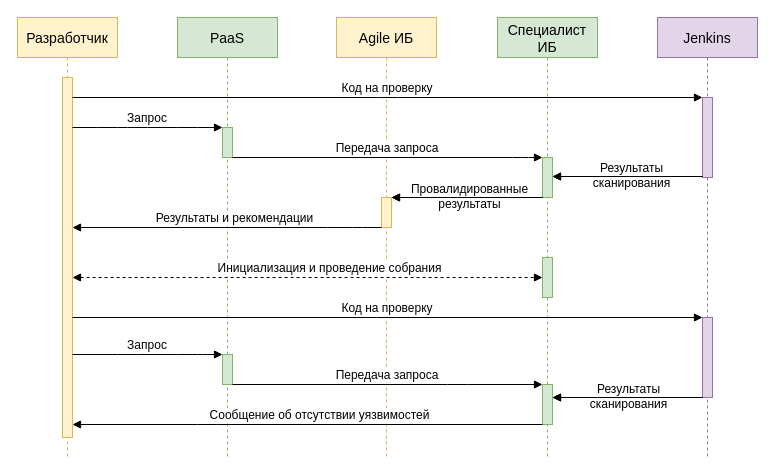
Earlier version of the draw.io diagram page "Проверка и отчет" (2 of 4) of Untitled Diagram.drawio (GoluzinaD/Python). Source tidied: cells renumbered, new cells numbered last; positions are measured from the earlier drawing's top-left corner, leaving out a move shared by most shapes. Both pictures are drawn from the tidied source at 100%, with x=0, y=0 at pixel (17, 17).
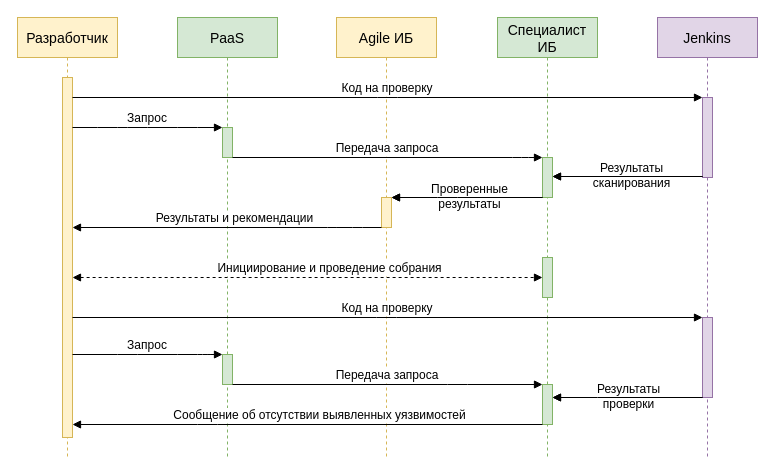
The same diagram, later.

The change refers to these unchanged cells:
```xml
<mxCell id="10" style="endArrow=block;html=1;fontSize=12;endFill=1;" parent="7" edge="1">
  <mxGeometry relative="1" as="geometry">
    <mxPoint x="45" y="380" as="sourcePoint" />
    <mxPoint x="-105" y="380" as="targetPoint" />
  </mxGeometry>
</mxCell>
<mxCell id="26" style="endArrow=block;html=1;endFill=1;" parent="1" edge="1" source="14">
  <mxGeometry relative="1" as="geometry">
    <mxPoint x="374" y="180" as="targetPoint" />
    <Array as="points">
      <mxPoint x="504" y="180" />
      <mxPoint x="479" y="180" />
    </Array>
  </mxGeometry>
</mxCell>
<mxCell id="31" style="endArrow=block;html=1;labelBackgroundColor=default;fontSize=12;dashed=1;startArrow=block;startFill=1;endFill=1;" parent="1" edge="1" source="3" target="15">
  <mxGeometry relative="1" as="geometry">
    <Array as="points">
      <mxPoint x="310" y="260" />
    </Array>
  </mxGeometry>
</mxCell>
<mxCell id="36" style="endArrow=block;html=1;labelBackgroundColor=default;fontSize=12;endFill=1;" parent="1" edge="1">
  <mxGeometry relative="1" as="geometry">
    <mxPoint x="525" y="407" as="sourcePoint" />
    <mxPoint x="55" y="407" as="targetPoint" />
    <Array as="points">
      <mxPoint x="190" y="407" />
    </Array>
  </mxGeometry>
</mxCell>
```

The edit, as a diff of the source:
```diff
@@
-    <mxCell id="12" value="Результаты&lt;br&gt;сканирования" style="edgeLabel;html=1;align=center;verticalAlign=middle;fontSize=12;" parent="10" vertex="1">
+    <mxCell id="12" value="Результаты&lt;br&gt;проверки" style="edgeLabel;html=1;align=center;verticalAlign=middle;fontSize=12;" parent="10" vertex="1">
       <mxGeometry x="0.42" relative="1" as="geometry">
         <mxPoint x="32" y="-2" as="offset" />
       </mxGeometry>
     </mxCell>
@@
-    <mxCell id="27" value="Провалидированные&lt;br style=&quot;font-size: 12px;&quot;&gt;результаты" style="edgeLabel;html=1;align=center;verticalAlign=middle;fontSize=12;" parent="26" vertex="1">
+    <mxCell id="27" value="Проверенные&lt;br style=&quot;font-size: 12px&quot;&gt;результаты" style="edgeLabel;html=1;align=center;verticalAlign=middle;fontSize=12;" parent="26" vertex="1">
       <mxGeometry x="-0.04" y="-1" relative="1" as="geometry">
         <mxPoint x="-2" y="-1" as="offset" />
       </mxGeometry>
     </mxCell>
@@
-    <mxCell id="32" value="Инициализация и проведение собрания" style="edgeLabel;html=1;align=center;verticalAlign=middle;fontSize=12;" parent="31" vertex="1">
+    <mxCell id="32" value="Инициирование и проведение собрания" style="edgeLabel;html=1;align=center;verticalAlign=middle;fontSize=12;" parent="31" vertex="1">
       <mxGeometry x="-0.06" y="1" relative="1" as="geometry">
         <mxPoint x="35" y="-9" as="offset" />
       </mxGeometry>
     </mxCell>
@@
-    <mxCell id="37" value="&lt;span style=&quot;font-family: &amp;#34;helvetica&amp;#34;&quot;&gt;Сообщение об отсутствии уязвимостей&lt;/span&gt;" style="edgeLabel;html=1;align=center;verticalAlign=middle;fontSize=12;" parent="36" vertex="1">
+    <mxCell id="37" value="&lt;span style=&quot;font-family: &amp;#34;helvetica&amp;#34;&quot;&gt;Сообщение об отсутствии выявленных уязвимостей&lt;/span&gt;" style="edgeLabel;html=1;align=center;verticalAlign=middle;fontSize=12;" parent="36" vertex="1">
       <mxGeometry x="0.04" relative="1" as="geometry">
         <mxPoint x="20" y="-10" as="offset" />
       </mxGeometry>
     </mxCell>
```
